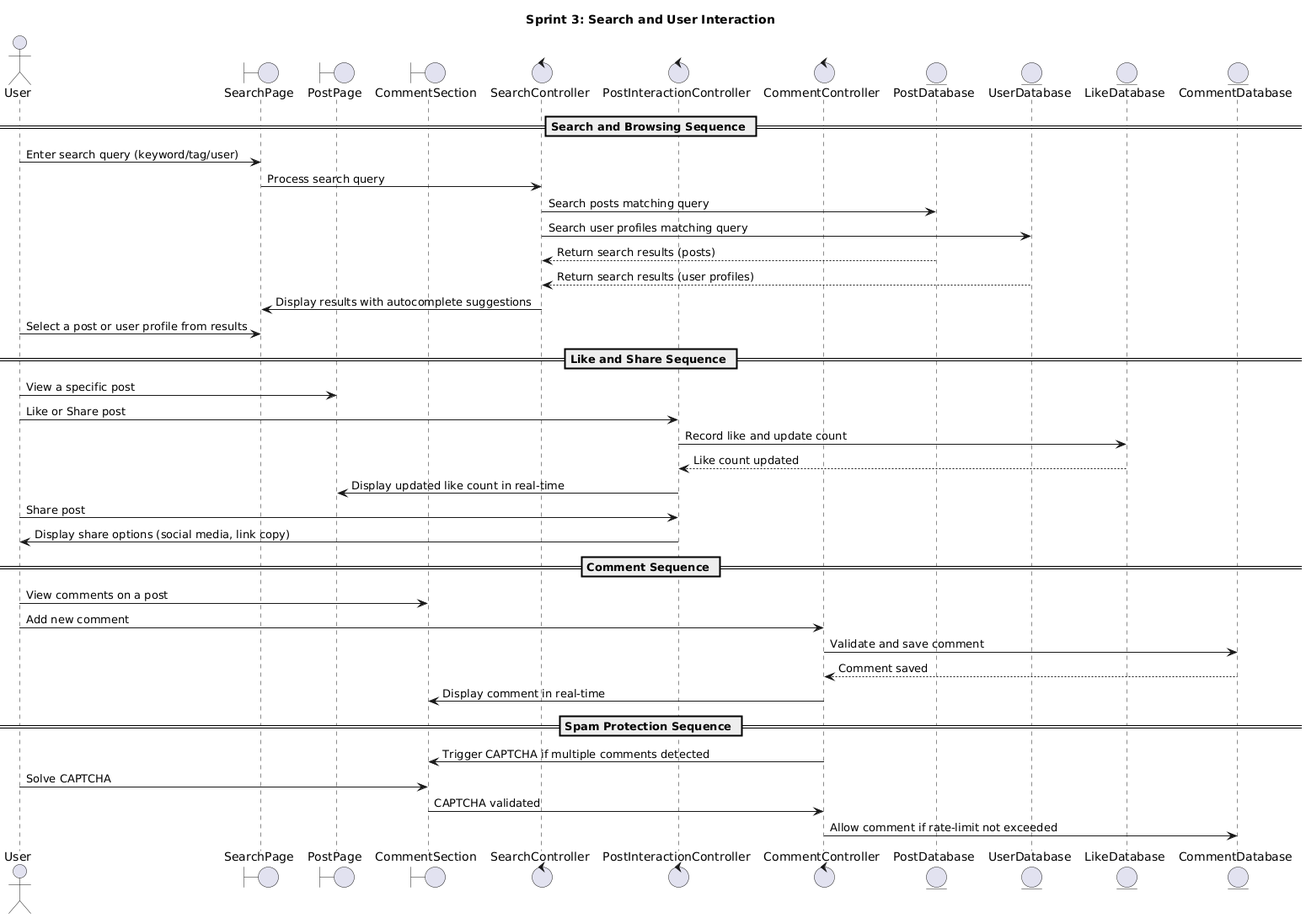
Above: Labs/Lab05_ClassDiagram_Sequence Diagram/Sequence_Daigrams/Sprint3.png in zeelghori27012004/ConnectCo (PlantUML), before the change. The source it was exported from:
```plantuml
@startuml
title Sprint 3: Search and User Interaction

actor User
boundary SearchPage
boundary PostPage
boundary CommentSection
control SearchController
control PostInteractionController
control CommentController
entity PostDatabase
entity UserDatabase
entity LikeDatabase
entity CommentDatabase

== Search and Browsing Sequence ==

User -> SearchPage: Enter search query (keyword/tag/user)
SearchPage -> SearchController: Process search query
SearchController -> PostDatabase: Search posts matching query
SearchController -> UserDatabase: Search user profiles matching query
PostDatabase --> SearchController: Return search results (posts)
UserDatabase --> SearchController: Return search results (user profiles)
SearchController -> SearchPage: Display results with autocomplete suggestions
User -> SearchPage: Select a post or user profile from results

== Like and Share Sequence ==

User -> PostPage: View a specific post
User -> PostInteractionController: Like or Share post
PostInteractionController -> LikeDatabase: Record like and update count
LikeDatabase --> PostInteractionController: Like count updated
PostInteractionController -> PostPage: Display updated like count in real-time

User -> PostInteractionController: Share post
PostInteractionController -> User: Display share options (social media, link copy)

== Comment Sequence ==

User -> CommentSection: View comments on a post
User -> CommentController: Add new comment
CommentController -> CommentDatabase: Validate and save comment
CommentDatabase --> CommentController: Comment saved
CommentController -> CommentSection: Display comment in real-time

== Spam Protection Sequence ==

CommentController -> CommentSection: Trigger CAPTCHA if multiple comments detected
User -> CommentSection: Solve CAPTCHA
CommentSection -> CommentController: CAPTCHA validated
CommentController -> CommentDatabase: Allow comment if rate-limit not exceeded
@enduml
```
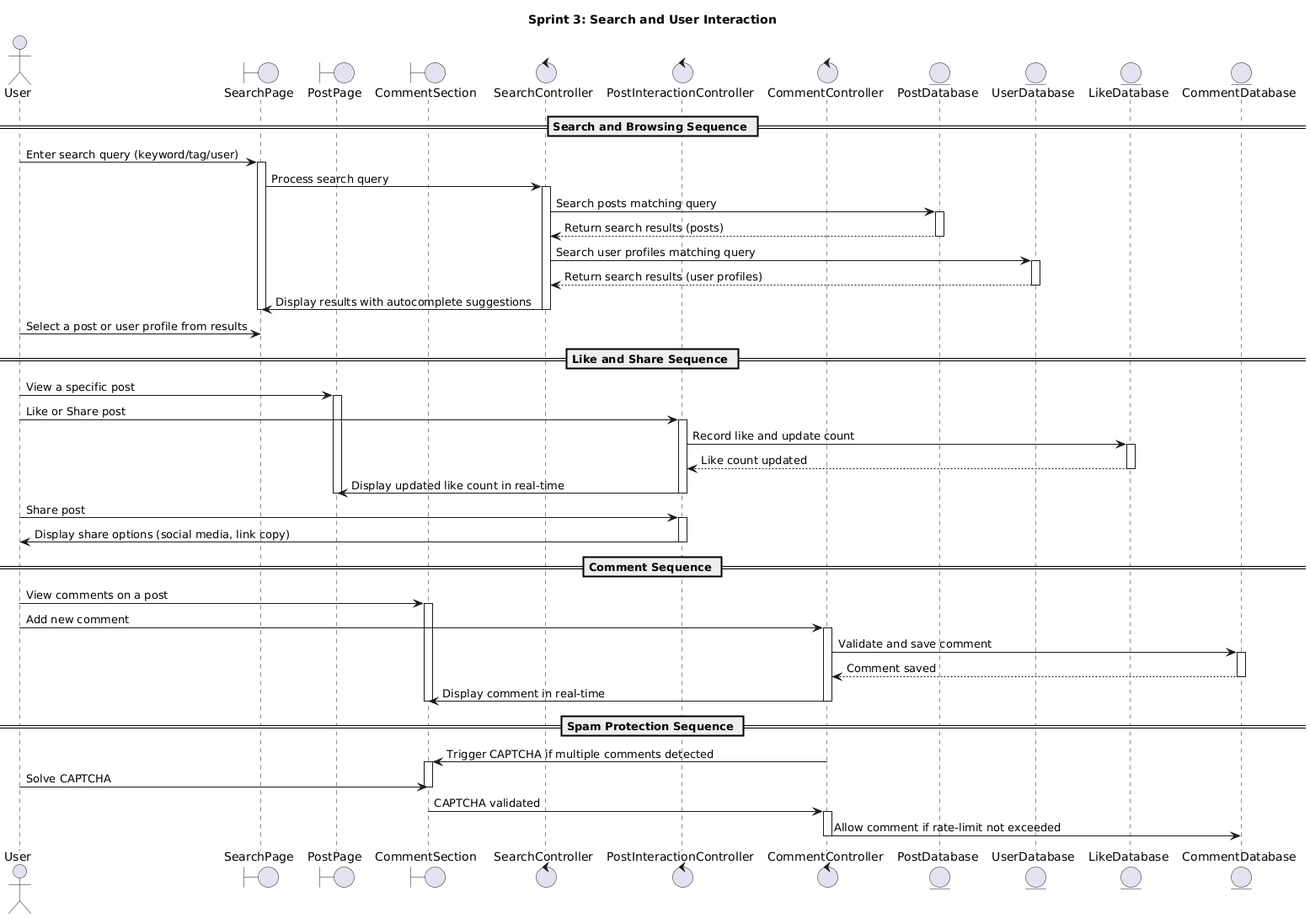
After the commit.

Change to the diagram source:
```diff
@@ -16,37 +16,63 @@
 == Search and Browsing Sequence ==
 
 User -> SearchPage: Enter search query (keyword/tag/user)
+activate SearchPage
 SearchPage -> SearchController: Process search query
+activate SearchController
 SearchController -> PostDatabase: Search posts matching query
+activate PostDatabase
+PostDatabase --> SearchController: Return search results (posts)
+deactivate PostDatabase
 SearchController -> UserDatabase: Search user profiles matching query
-PostDatabase --> SearchController: Return search results (posts)
+activate UserDatabase
 UserDatabase --> SearchController: Return search results (user profiles)
+deactivate UserDatabase
 SearchController -> SearchPage: Display results with autocomplete suggestions
+deactivate SearchController
+deactivate SearchPage
 User -> SearchPage: Select a post or user profile from results
 
 == Like and Share Sequence ==
 
 User -> PostPage: View a specific post
+activate PostPage
 User -> PostInteractionController: Like or Share post
+activate PostInteractionController
 PostInteractionController -> LikeDatabase: Record like and update count
+activate LikeDatabase
 LikeDatabase --> PostInteractionController: Like count updated
+deactivate LikeDatabase
 PostInteractionController -> PostPage: Display updated like count in real-time
+deactivate PostInteractionController
+deactivate PostPage
 
 User -> PostInteractionController: Share post
+activate PostInteractionController
 PostInteractionController -> User: Display share options (social media, link copy)
+deactivate PostInteractionController
 
 == Comment Sequence ==
 
 User -> CommentSection: View comments on a post
+activate CommentSection
 User -> CommentController: Add new comment
+activate CommentController
 CommentController -> CommentDatabase: Validate and save comment
+activate CommentDatabase
 CommentDatabase --> CommentController: Comment saved
+deactivate CommentDatabase
 CommentController -> CommentSection: Display comment in real-time
+deactivate CommentController
+deactivate CommentSection
 
 == Spam Protection Sequence ==
 
 CommentController -> CommentSection: Trigger CAPTCHA if multiple comments detected
+activate CommentSection
 User -> CommentSection: Solve CAPTCHA
+deactivate CommentSection
 CommentSection -> CommentController: CAPTCHA validated
+activate CommentController
 CommentController -> CommentDatabase: Allow comment if rate-limit not exceeded
+deactivate CommentController
 @enduml
```
